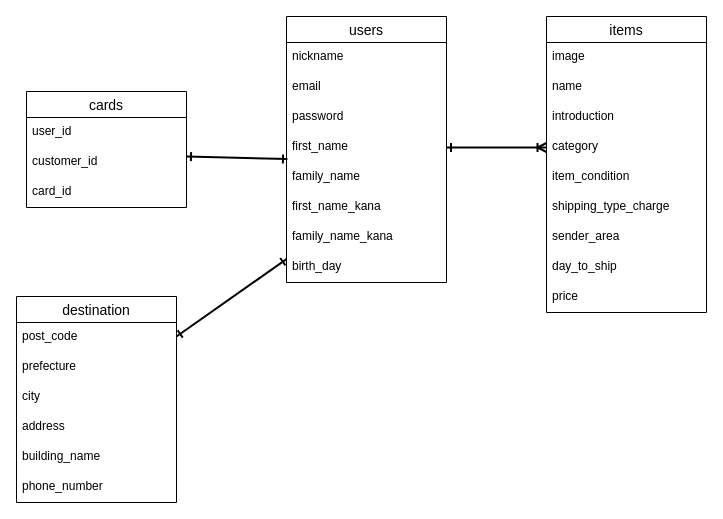
Above: furima-39067.dio in nohohon1820/furima-39067 (draw.io), before the change. Source tidied: cells renumbered, new cells numbered last; positions are measured from the earlier drawing's top-left corner, leaving out a move shared by most shapes. Both pictures are drawn from the tidied source at 100%, with x=0, y=0 at pixel (16, 16).
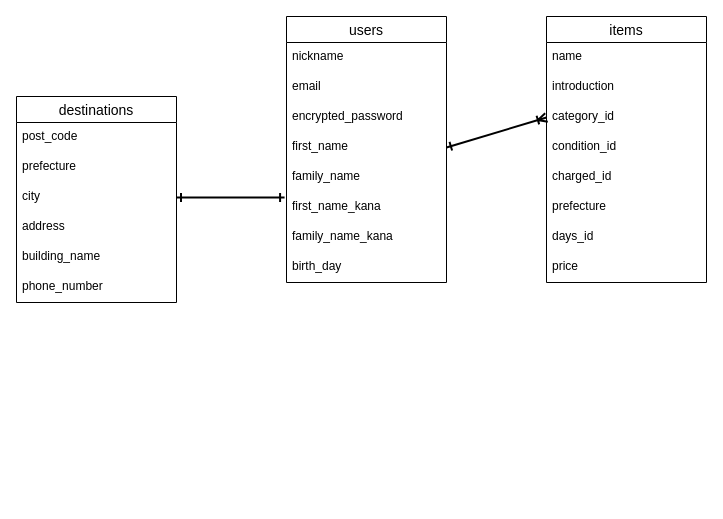
The same diagram, later.

Commit message (it also covers changes not shown here):
データベース設計　修正１

Unchanged cells that the change refers to:
```xml
<mxCell id="2" value="users" style="swimlane;fontStyle=0;horizontal=1;startSize=26;align=center;fontSize=14;" parent="1" vertex="1">
  <mxGeometry x="270" width="160" height="266" as="geometry" />
</mxCell>
<mxCell id="7" value="family_name" style="text;strokeColor=none;fillColor=none;spacingLeft=4;spacingRight=4;overflow=hidden;points=[[0,0.5],[1,0.5]];portConstraint=eastwest;fontSize=12;" parent="2" vertex="1">
  <mxGeometry y="146" width="160" height="30" as="geometry" />
</mxCell>
<mxCell id="8" value="first_name_kana" style="text;strokeColor=none;fillColor=none;spacingLeft=4;spacingRight=4;overflow=hidden;points=[[0,0.5],[1,0.5]];portConstraint=eastwest;fontSize=12;" parent="2" vertex="1">
  <mxGeometry y="176" width="160" height="30" as="geometry" />
</mxCell>
<mxCell id="31" value="city" style="text;strokeColor=none;fillColor=none;spacingLeft=4;spacingRight=4;overflow=hidden;points=[[0,0.5],[1,0.5]];portConstraint=eastwest;fontSize=12;" parent="28" vertex="1">
  <mxGeometry y="86" width="160" height="30" as="geometry" />
</mxCell>
```

Diff of the diagram source:
```diff
@@
-    <mxCell id="5" value="password" style="text;strokeColor=none;fillColor=none;spacingLeft=4;spacingRight=4;overflow=hidden;fontSize=12;" parent="2" vertex="1">
+    <mxCell id="5" value="encrypted_password" style="text;strokeColor=none;fillColor=none;spacingLeft=4;spacingRight=4;overflow=hidden;fontSize=12;" parent="2" vertex="1">
       <mxGeometry y="86" width="160" height="30" as="geometry" />
     </mxCell>
@@
     <mxCell id="11" value="items" style="swimlane;fontStyle=0;horizontal=1;startSize=26;align=center;fontSize=14;" parent="1" vertex="1">
-      <mxGeometry x="530" width="160" height="296" as="geometry" />
+      <mxGeometry x="530" width="160" height="266" as="geometry" />
     </mxCell>
-    <mxCell id="12" value="image" style="text;strokeColor=none;fillColor=none;spacingLeft=4;spacingRight=4;overflow=hidden;fontSize=12;" parent="11" vertex="1">
-      <mxGeometry y="26" width="160" height="30" as="geometry" />
-    </mxCell>
     <mxCell id="13" value="name " style="text;strokeColor=none;fillColor=none;spacingLeft=4;spacingRight=4;overflow=hidden;fontSize=12;" parent="11" vertex="1">
-      <mxGeometry y="56" width="160" height="30" as="geometry" />
+      <mxGeometry y="26" width="160" height="30" as="geometry" />
     </mxCell>
     <mxCell id="14" value="introduction" style="text;strokeColor=none;fillColor=none;spacingLeft=4;spacingRight=4;overflow=hidden;fontSize=12;" parent="11" vertex="1">
-      <mxGeometry y="86" width="160" height="30" as="geometry" />
+      <mxGeometry y="56" width="160" height="30" as="geometry" />
     </mxCell>
-    <mxCell id="15" value="category" style="text;strokeColor=none;fillColor=none;spacingLeft=4;spacingRight=4;overflow=hidden;points=[[0,0.5],[1,0.5]];portConstraint=eastwest;fontSize=12;" parent="11" vertex="1">
-      <mxGeometry y="116" width="160" height="30" as="geometry" />
+    <mxCell id="15" value="category_id" style="text;strokeColor=none;fillColor=none;spacingLeft=4;spacingRight=4;overflow=hidden;points=[[0,0.5],[1,0.5]];portConstraint=eastwest;fontSize=12;" parent="11" vertex="1">
+      <mxGeometry y="86" width="160" height="30" as="geometry" />
     </mxCell>
-    <mxCell id="16" value="item_condition" style="text;strokeColor=none;fillColor=none;spacingLeft=4;spacingRight=4;overflow=hidden;fontSize=12;" parent="11" vertex="1">
-      <mxGeometry y="146" width="160" height="30" as="geometry" />
+    <mxCell id="16" value="condition_id" style="text;strokeColor=none;fillColor=none;spacingLeft=4;spacingRight=4;overflow=hidden;fontSize=12;" parent="11" vertex="1">
+      <mxGeometry y="116" width="160" height="30" as="geometry" />
     </mxCell>
-    <mxCell id="17" value="shipping_type_charge" style="text;strokeColor=none;fillColor=none;spacingLeft=4;spacingRight=4;overflow=hidden;fontSize=12;" parent="11" vertex="1">
-      <mxGeometry y="176" width="160" height="30" as="geometry" />
+    <mxCell id="17" value="charged_id" style="text;strokeColor=none;fillColor=none;spacingLeft=4;spacingRight=4;overflow=hidden;fontSize=12;" parent="11" vertex="1">
+      <mxGeometry y="146" width="160" height="30" as="geometry" />
     </mxCell>
-    <mxCell id="18" value="sender_area" style="text;strokeColor=none;fillColor=none;spacingLeft=4;spacingRight=4;overflow=hidden;fontSize=12;" parent="11" vertex="1">
-      <mxGeometry y="206" width="160" height="30" as="geometry" />
+    <mxCell id="18" value="prefecture" style="text;strokeColor=none;fillColor=none;spacingLeft=4;spacingRight=4;overflow=hidden;fontSize=12;" parent="11" vertex="1">
+      <mxGeometry y="176" width="160" height="30" as="geometry" />
     </mxCell>
-    <mxCell id="19" value="day_to_ship" style="text;strokeColor=none;fillColor=none;spacingLeft=4;spacingRight=4;overflow=hidden;fontSize=12;" parent="11" vertex="1">
-      <mxGeometry y="236" width="160" height="30" as="geometry" />
+    <mxCell id="19" value="days_id" style="text;strokeColor=none;fillColor=none;spacingLeft=4;spacingRight=4;overflow=hidden;fontSize=12;" parent="11" vertex="1">
+      <mxGeometry y="206" width="160" height="30" as="geometry" />
     </mxCell>
     <mxCell id="20" value="price" style="text;strokeColor=none;fillColor=none;spacingLeft=4;spacingRight=4;overflow=hidden;fontSize=12;" parent="11" vertex="1">
-      <mxGeometry y="266" width="160" height="30" as="geometry" />
+      <mxGeometry y="236" width="160" height="30" as="geometry" />
     </mxCell>
-    <mxCell id="21" style="edgeStyle=none;html=1;strokeWidth=2;startArrow=ERone;startFill=0;endArrow=ERone;endFill=0;exitX=0.006;exitY=-0.114;exitDx=0;exitDy=0;exitPerimeter=0;" parent="1" edge="1" source="7">
-      <mxGeometry relative="1" as="geometry">
-        <mxPoint x="170" y="140" as="targetPoint" />
-      </mxGeometry>
-    </mxCell>
-    <mxCell id="22" value="cards" style="swimlane;fontStyle=0;horizontal=1;startSize=26;align=center;fontSize=14;" parent="1" vertex="1">
-      <mxGeometry x="10" y="75" width="160" height="116" as="geometry" />
-    </mxCell>
-    <mxCell id="23" value="user_id" style="text;strokeColor=none;fillColor=none;spacingLeft=4;spacingRight=4;overflow=hidden;fontSize=12;" parent="22" vertex="1">
-      <mxGeometry y="26" width="160" height="30" as="geometry" />
-    </mxCell>
-    <mxCell id="24" value="customer_id " style="text;strokeColor=none;fillColor=none;spacingLeft=4;spacingRight=4;overflow=hidden;fontSize=12;" parent="22" vertex="1">
-      <mxGeometry y="56" width="160" height="30" as="geometry" />
-    </mxCell>
-    <mxCell id="25" value="card_id" style="text;strokeColor=none;fillColor=none;spacingLeft=4;spacingRight=4;overflow=hidden;fontSize=12;" parent="22" vertex="1">
-      <mxGeometry y="86" width="160" height="30" as="geometry" />
-    </mxCell>
@@
-    <mxCell id="27" style="edgeStyle=none;html=1;strokeWidth=2;startArrow=ERone;startFill=0;endArrow=ERone;endFill=0;exitX=0.006;exitY=-0.114;exitDx=0;exitDy=0;exitPerimeter=0;" parent="1" edge="1">
-      <mxGeometry relative="1" as="geometry">
-        <mxPoint x="270" y="242.6" as="sourcePoint" />
-        <mxPoint x="160" y="320" as="targetPoint" />
-      </mxGeometry>
+    <mxCell id="27" style="edgeStyle=none;html=1;strokeWidth=2;startArrow=ERone;startFill=0;endArrow=ERone;endFill=0;exitX=-0.012;exitY=0.167;exitDx=0;exitDy=0;exitPerimeter=0;entryX=1;entryY=0.5;entryDx=0;entryDy=0;" parent="1" edge="1" source="8" target="31">
+      <mxGeometry relative="1" as="geometry" />
     </mxCell>
-    <mxCell id="28" value="destination" style="swimlane;fontStyle=0;horizontal=1;startSize=26;align=center;fontSize=14;" parent="1" vertex="1">
-      <mxGeometry y="280" width="160" height="206" as="geometry" />
+    <mxCell id="28" value="destinations" style="swimlane;fontStyle=0;horizontal=1;startSize=26;align=center;fontSize=14;" parent="1" vertex="1">
+      <mxGeometry y="80" width="160" height="206" as="geometry" />
     </mxCell>
```
